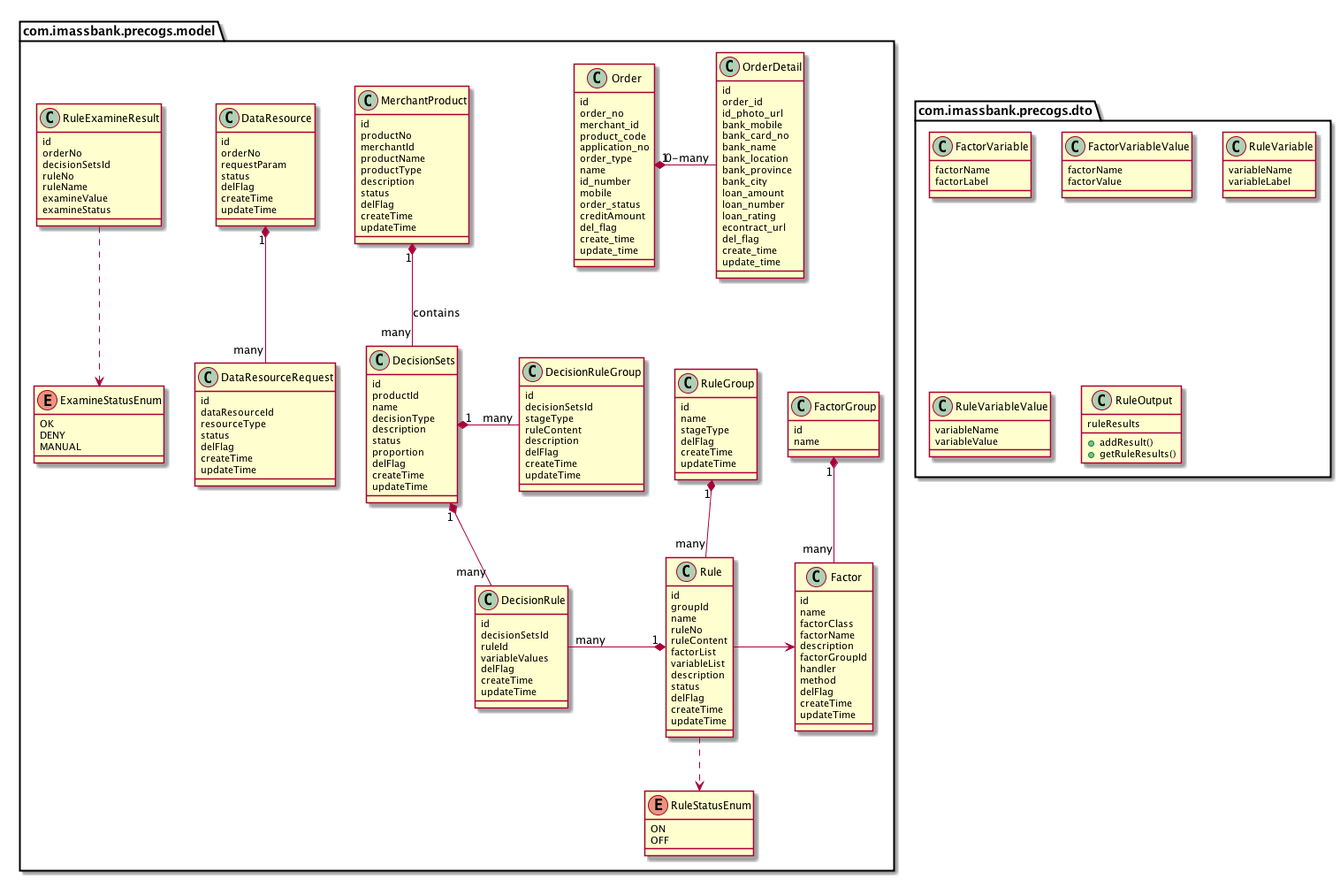
feidragon/feidragon.github.io keeps this PlantUML diagram as images/risk/ClassDiagram.png. Above is the earlier version.
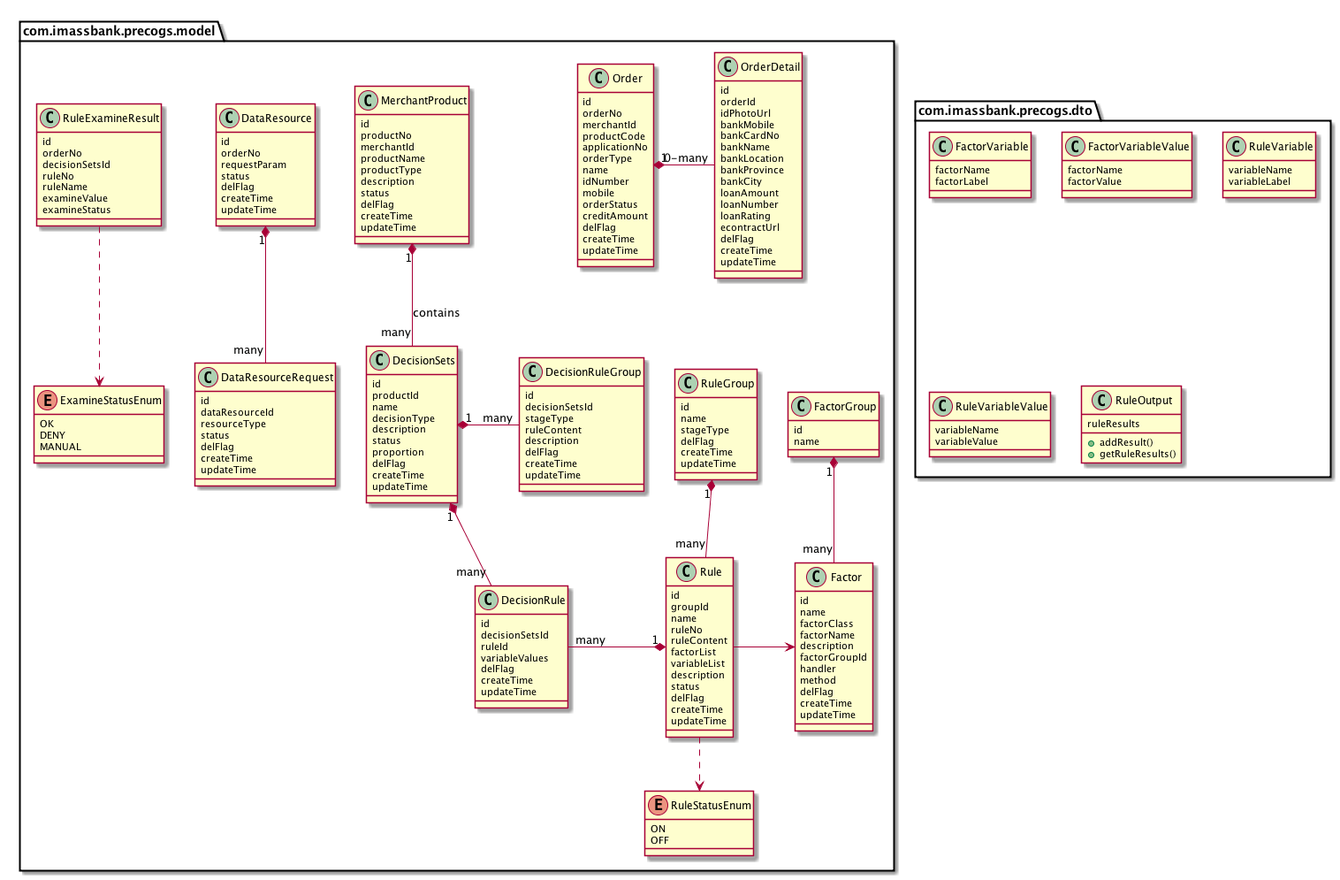
Above is the later version.

Change to the diagram source:
```diff
@@ -108,38 +108,38 @@
 
   class Order{
     id
-    order_no
-    merchant_id
-    product_code
-    application_no
-    order_type
+    orderNo
+    merchantId
+    productCode
+    applicationNo
+    orderType
     name
-    id_number
+    idNumber
     mobile
-    order_status
+    orderStatus
     creditAmount
-    del_flag
-    create_time
-    update_time
+    delFlag
+    createTime
+    updateTime
 
   }
   class  OrderDetail{
     id
-    order_id
-    id_photo_url
-    bank_mobile
-    bank_card_no
-    bank_name
-    bank_location
-    bank_province
-    bank_city
-    loan_amount
-    loan_number
-    loan_rating
-    econtract_url
-    del_flag
-    create_time
-    update_time
+    orderId
+    idPhotoUrl
+    bankMobile
+    bankCardNo
+    bankName
+    bankLocation
+    bankProvince
+    bankCity
+    loanAmount
+    loanNumber
+    loanRating
+    econtractUrl
+    delFlag
+    createTime
+    updateTime
 }
 
 
```
